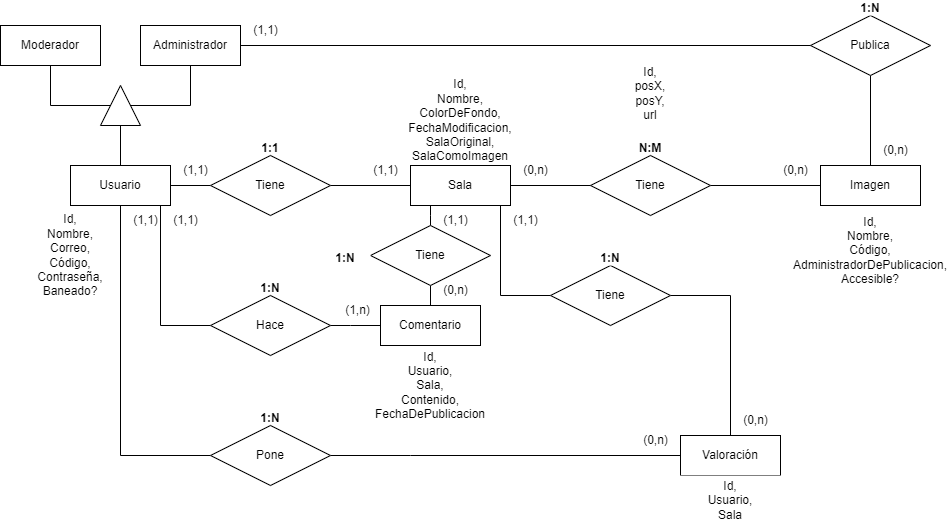
Above: docs/Diagrama proyecto final.png in Javier-Coronel/RoomEdit (draw.io), before the change. Source tidied: cells renumbered, new cells last; positions are measured from the earlier drawing's top-left corner, leaving out a move shared by most shapes.
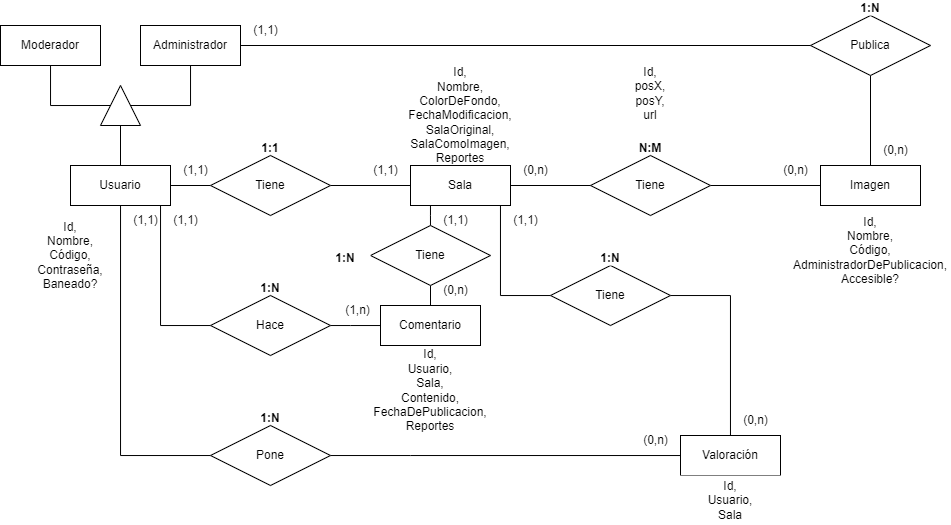
After the change.

The edit, as a diff of the source:
```diff
@@ -14,11 +14,11 @@
     <mxCell id="5" value="&lt;b&gt;N:M&lt;/b&gt;" style="whiteSpace=wrap;html=1;align=center;strokeColor=none;" parent="1" vertex="1">
       <mxGeometry x="627" y="140" width="46" height="15" as="geometry" />
     </mxCell>
-    <mxCell id="6" value="Id,&lt;br&gt;Nombre,&lt;br&gt;Correo,&lt;br&gt;Código,&lt;br&gt;Contraseña,&lt;br&gt;Baneado?" style="whiteSpace=wrap;html=1;align=center;strokeColor=none;" parent="1" vertex="1">
+    <mxCell id="6" value="Id,&lt;br&gt;Nombre,&lt;br&gt;Código,&lt;br&gt;Contraseña,&lt;br&gt;Baneado?" style="whiteSpace=wrap;html=1;align=center;strokeColor=none;" parent="1" vertex="1">
       <mxGeometry x="20" y="205" width="100" height="100" as="geometry" />
     </mxCell>
-    <mxCell id="7" value="Id,&lt;br&gt;Nombre,&lt;br&gt;ColorDeFondo,&lt;br&gt;FechaModificacion,&lt;br&gt;SalaOriginal,&lt;br&gt;SalaComoImagen" style="whiteSpace=wrap;html=1;align=center;strokeColor=none;" parent="1" vertex="1">
-      <mxGeometry x="410" y="75" width="100" height="90" as="geometry" />
+    <mxCell id="7" value="Id,&lt;br&gt;Nombre,&lt;br&gt;ColorDeFondo,&lt;br&gt;FechaModificacion,&lt;br&gt;SalaOriginal,&lt;br&gt;SalaComoImagen,&lt;br&gt;Reportes" style="whiteSpace=wrap;html=1;align=center;strokeColor=none;" parent="1" vertex="1">
+      <mxGeometry x="410" y="65" width="100" height="100" as="geometry" />
     </mxCell>
     <mxCell id="8" value="Id,&lt;br&gt;Nombre,&lt;br&gt;Código,&lt;br&gt;AdministradorDePublicacion,&lt;br&gt;Accesible?" style="whiteSpace=wrap;html=1;align=center;strokeColor=none;" parent="1" vertex="1">
       <mxGeometry x="790" y="205" width="160" height="90" as="geometry" />
@@ -35,8 +35,8 @@
     <mxCell id="12" value="Valoración" style="whiteSpace=wrap;html=1;align=center;" parent="1" vertex="1">
       <mxGeometry x="680" y="435" width="100" height="40" as="geometry" />
     </mxCell>
-    <mxCell id="13" value="Id,&lt;br&gt;Usuario,&lt;br&gt;Sala,&lt;br&gt;Contenido,&lt;br&gt;FechaDePublicacion" style="whiteSpace=wrap;html=1;align=center;strokeColor=none;" parent="1" vertex="1">
-      <mxGeometry x="370" y="345" width="120" height="80" as="geometry" />
+    <mxCell id="13" value="Id,&lt;br&gt;Usuario,&lt;br&gt;Sala,&lt;br&gt;Contenido,&lt;br&gt;FechaDePublicacion,&lt;br&gt;Reportes" style="whiteSpace=wrap;html=1;align=center;strokeColor=none;" parent="1" vertex="1">
+      <mxGeometry x="370" y="345" width="120" height="90" as="geometry" />
     </mxCell>
     <mxCell id="14" value="Id,&lt;br&gt;Usuario,&lt;br&gt;Sala" style="whiteSpace=wrap;html=1;align=center;strokeColor=none;" parent="1" vertex="1">
       <mxGeometry x="680" y="475" width="100" height="50" as="geometry" />
```
